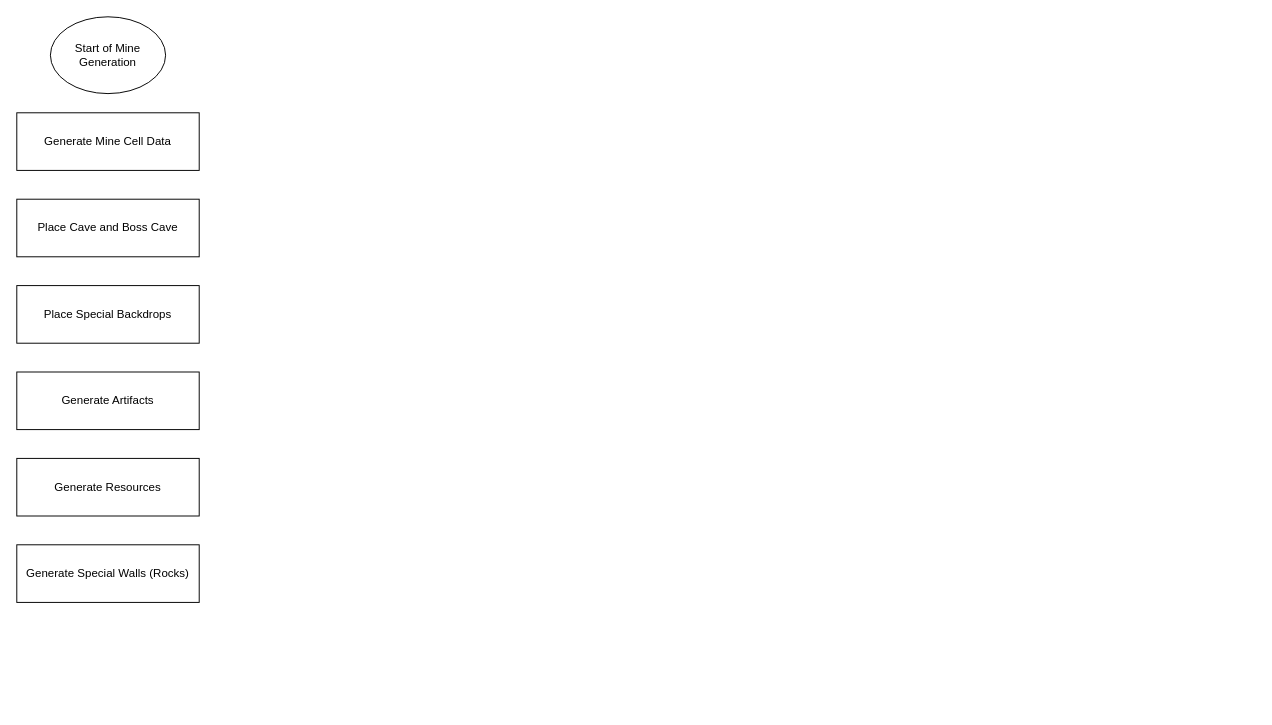
This is page "Page-6" (6 of 6) of MuseumArchitecture.drawio from shadmanArko/ProjectMuseum, a draw.io file, before an edit. Source tidied: cells renumbered, new cells numbered last; positions are measured from the earlier drawing's top-left corner, leaving out a move shared by most shapes. Both pictures are drawn from the tidied source at 96%, with x=0, y=0 at pixel (16, 16).
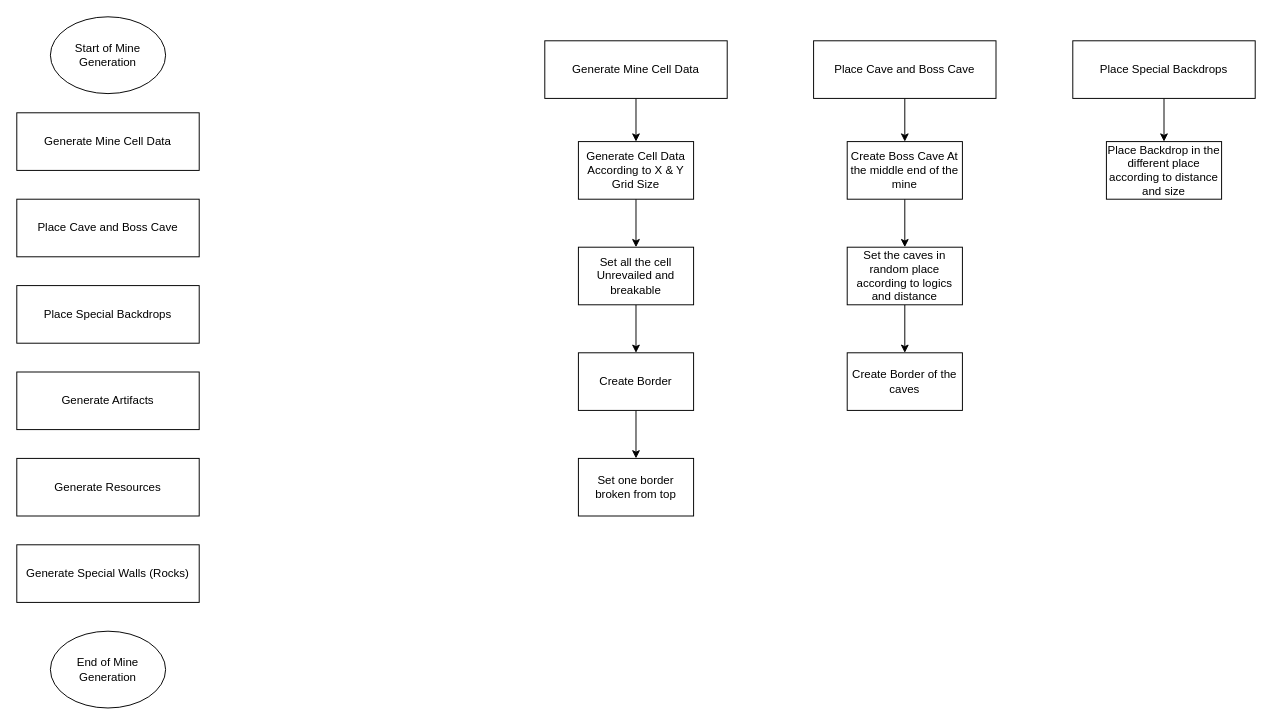
After the change.

Change to the diagram source:
```diff
@@
+    <mxCell id="9" style="edgeStyle=orthogonalEdgeStyle;rounded=0;jettySize=auto;html=1;" parent="1" edge="1" source="5" target="27">
+      <mxGeometry relative="1" as="geometry" />
+    </mxCell>
     <mxCell id="5" value="Place Special Backdrops" style="rounded=0;whiteSpace=wrap;html=1;" parent="1" vertex="1">
-      <mxGeometry y="280" width="190" height="60" as="geometry" />
+      <mxGeometry x="1100" y="25" width="190" height="60" as="geometry" />
     </mxCell>
@@
+    <mxCell id="10" value="End of Mine Generation" style="ellipse;whiteSpace=wrap;html=1;" parent="1" vertex="1">
+      <mxGeometry x="35" y="640" width="120" height="80" as="geometry" />
+    </mxCell>
+    <mxCell id="11" style="edgeStyle=orthogonalEdgeStyle;rounded=0;jettySize=auto;html=1;" parent="1" edge="1" source="12" target="14">
+      <mxGeometry relative="1" as="geometry" />
+    </mxCell>
+    <mxCell id="12" value="Generate Mine Cell Data" style="rounded=0;whiteSpace=wrap;html=1;" parent="1" vertex="1">
+      <mxGeometry x="550" y="25" width="190" height="60" as="geometry" />
+    </mxCell>
+    <mxCell id="13" style="edgeStyle=orthogonalEdgeStyle;rounded=0;jettySize=auto;html=1;exitX=0.5;exitY=1;exitDx=0;exitDy=0;entryX=0.5;entryY=0;entryDx=0;entryDy=0;" parent="1" edge="1" source="14" target="18">
+      <mxGeometry relative="1" as="geometry" />
+    </mxCell>
+    <mxCell id="14" value="Generate Cell Data According to X &amp;amp; Y Grid Size" style="whiteSpace=wrap;html=1;rounded=0;" parent="1" vertex="1">
+      <mxGeometry x="585" y="130" width="120" height="60" as="geometry" />
+    </mxCell>
+    <mxCell id="15" style="edgeStyle=orthogonalEdgeStyle;rounded=0;jettySize=auto;html=1;" parent="1" edge="1" source="16" target="19">
+      <mxGeometry relative="1" as="geometry" />
+    </mxCell>
+    <mxCell id="16" value="Create Border" style="whiteSpace=wrap;html=1;rounded=0;" parent="1" vertex="1">
+      <mxGeometry x="585" y="350" width="120" height="60" as="geometry" />
+    </mxCell>
+    <mxCell id="17" style="edgeStyle=orthogonalEdgeStyle;rounded=0;jettySize=auto;html=1;exitX=0.5;exitY=1;exitDx=0;exitDy=0;entryX=0.5;entryY=0;entryDx=0;entryDy=0;" parent="1" edge="1" source="18" target="16">
+      <mxGeometry relative="1" as="geometry" />
+    </mxCell>
+    <mxCell id="18" value="Set all the cell Unrevailed and breakable" style="whiteSpace=wrap;html=1;rounded=0;" parent="1" vertex="1">
+      <mxGeometry x="585" y="240" width="120" height="60" as="geometry" />
+    </mxCell>
+    <mxCell id="19" value="Set one border broken from top" style="whiteSpace=wrap;html=1;rounded=0;" parent="1" vertex="1">
+      <mxGeometry x="585" y="460" width="120" height="60" as="geometry" />
+    </mxCell>
+    <mxCell id="20" style="edgeStyle=orthogonalEdgeStyle;rounded=0;jettySize=auto;html=1;" parent="1" edge="1" source="21" target="23">
+      <mxGeometry relative="1" as="geometry" />
+    </mxCell>
+    <mxCell id="21" value="Place Cave and Boss Cave" style="rounded=0;whiteSpace=wrap;html=1;" parent="1" vertex="1">
+      <mxGeometry x="830" y="25" width="190" height="60" as="geometry" />
+    </mxCell>
+    <mxCell id="22" style="edgeStyle=orthogonalEdgeStyle;rounded=0;jettySize=auto;html=1;" parent="1" edge="1" source="23" target="25">
+      <mxGeometry relative="1" as="geometry" />
+    </mxCell>
+    <mxCell id="23" value="Create Boss Cave At the middle end of the mine" style="whiteSpace=wrap;html=1;rounded=0;" parent="1" vertex="1">
+      <mxGeometry x="865" y="130" width="120" height="60" as="geometry" />
+    </mxCell>
+    <mxCell id="24" style="edgeStyle=orthogonalEdgeStyle;rounded=0;jettySize=auto;html=1;" parent="1" edge="1" source="25" target="26">
+      <mxGeometry relative="1" as="geometry" />
+    </mxCell>
+    <mxCell id="25" value="Set the caves in random place according to logics and distance" style="whiteSpace=wrap;html=1;rounded=0;" parent="1" vertex="1">
+      <mxGeometry x="865" y="240" width="120" height="60" as="geometry" />
+    </mxCell>
+    <mxCell id="26" value="Create Border of the caves" style="whiteSpace=wrap;html=1;rounded=0;" parent="1" vertex="1">
+      <mxGeometry x="865" y="350" width="120" height="60" as="geometry" />
+    </mxCell>
+    <mxCell id="27" value="Place Backdrop in the different place according to distance and size" style="whiteSpace=wrap;html=1;rounded=0;" parent="1" vertex="1">
+      <mxGeometry x="1135" y="130" width="120" height="60" as="geometry" />
+    </mxCell>
+    <mxCell id="28" value="Place Special Backdrops" style="rounded=0;whiteSpace=wrap;html=1;" parent="1" vertex="1">
+      <mxGeometry y="280" width="190" height="60" as="geometry" />
+    </mxCell>
```
